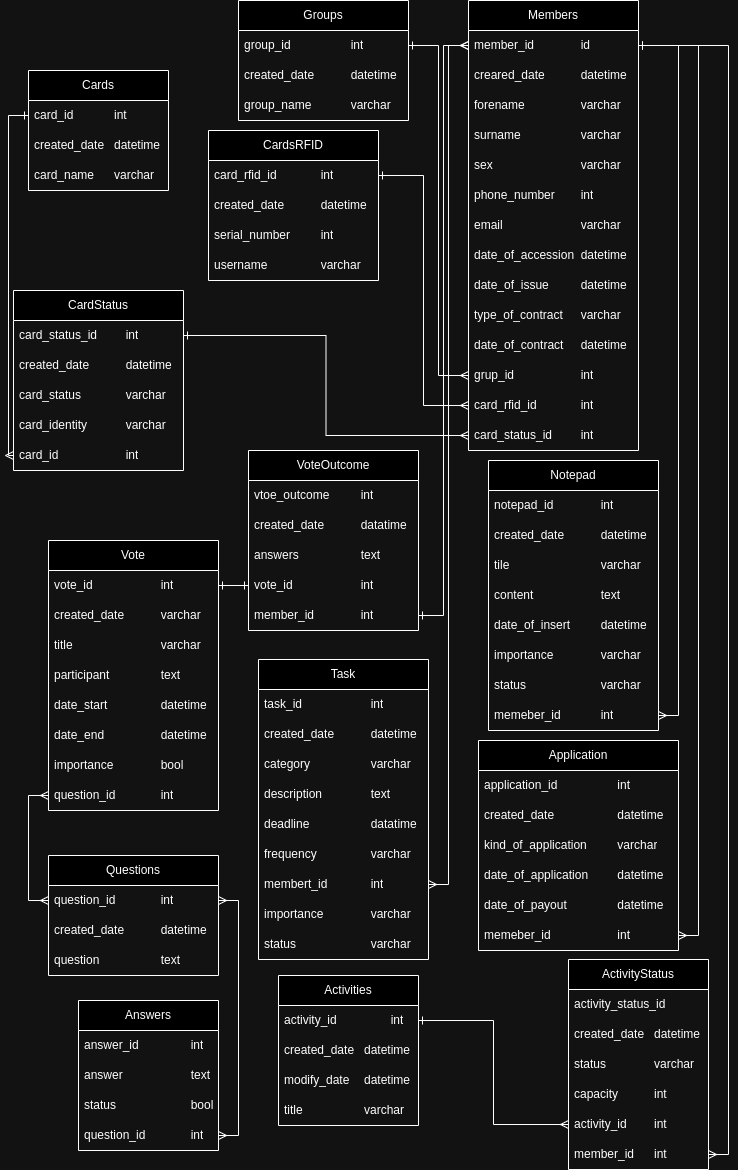
Earlier version of the draw.io export spec/TI_Management_Database_Schema.drawio.png (Mat3u52/TI_Management). Source tidied: cells renumbered, new cells last; positions are measured from the earlier drawing's top-left corner, leaving out a move shared by most shapes.
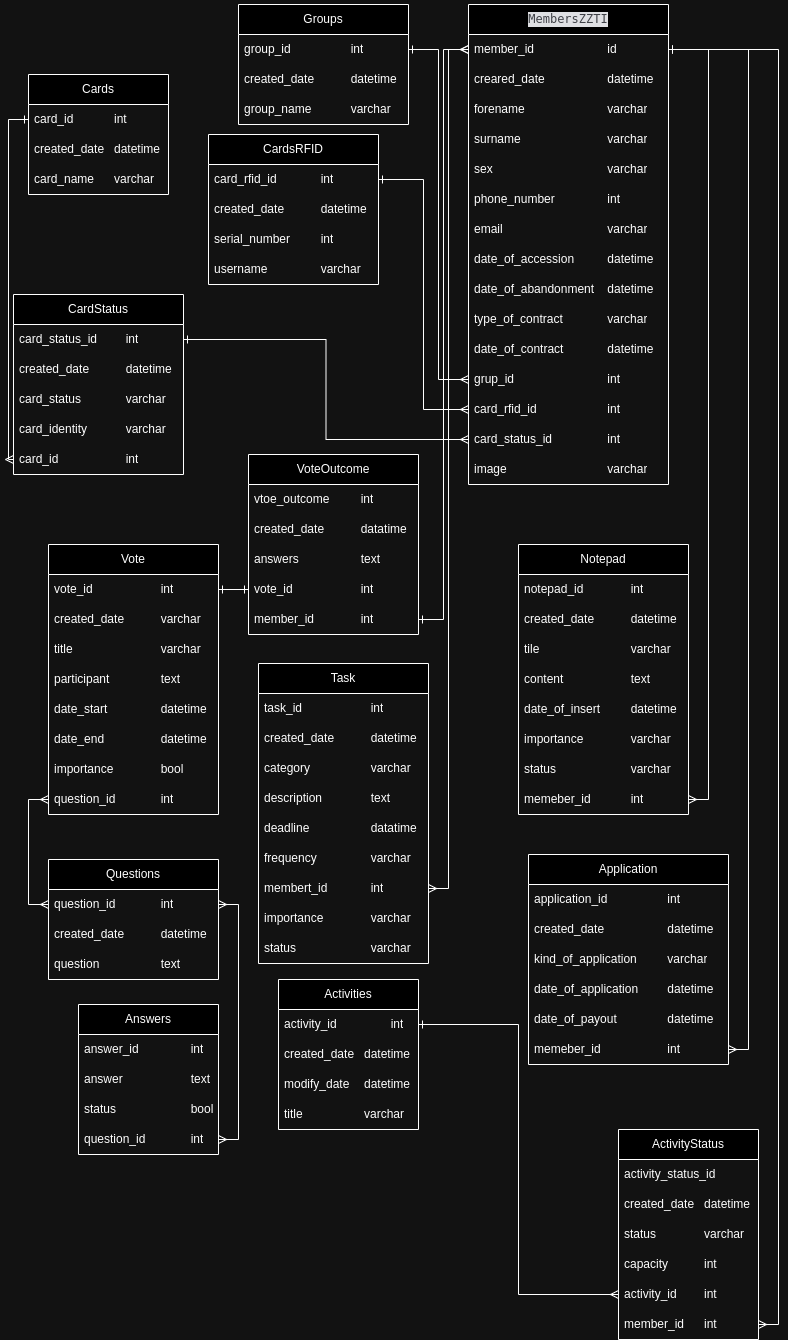
Later version of the same file.

What changed in the source:
```diff
@@ -47,51 +47,54 @@
     <mxCell id="16" style="edgeStyle=orthogonalEdgeStyle;rounded=0;jettySize=auto;html=1;entryX=0;entryY=0.5;entryDx=0;entryDy=0;endArrow=ERmany;endFill=0;startArrow=ERone;startFill=0;" parent="1" edge="1" source="7" target="15">
       <mxGeometry relative="1" as="geometry" />
     </mxCell>
-    <mxCell id="17" value="Members" style="swimlane;fontStyle=0;horizontal=1;startSize=30;whiteSpace=wrap;html=1;" parent="1" vertex="1">
-      <mxGeometry x="455" width="170" height="450" as="geometry" />
+    <mxCell id="17" value="&lt;div style=&quot;background-color:#1e1f22;color:#bcbec4&quot;&gt;&lt;pre style=&quot;font-family:'DejaVu Sans Mono',monospace;font-size:9.0pt;&quot;&gt;MembersZZTI&lt;/pre&gt;&lt;/div&gt;" style="swimlane;fontStyle=0;horizontal=1;startSize=30;whiteSpace=wrap;html=1;" parent="1" vertex="1">
+      <mxGeometry x="455" width="200" height="480" as="geometry" />
     </mxCell>
-    <mxCell id="18" value="member_id&lt;span style=&quot;white-space: pre;&quot;&gt;&#9;&lt;/span&gt;&lt;span style=&quot;white-space: pre;&quot;&gt;&#9;&lt;/span&gt;id" style="text;strokeColor=none;fillColor=none;align=left;verticalAlign=middle;spacingLeft=4;spacingRight=4;overflow=hidden;points=[[0,0.5],[1,0.5]];portConstraint=eastwest;whiteSpace=wrap;html=1;" parent="17" vertex="1">
-      <mxGeometry y="30" width="170" height="30" as="geometry" />
+    <mxCell id="18" value="member_id&lt;span style=&quot;white-space: pre;&quot;&gt;&#9;&lt;span style=&quot;white-space: pre;&quot;&gt;&#9;&lt;/span&gt;&lt;span style=&quot;white-space: pre;&quot;&gt;&#9;&lt;/span&gt;&lt;/span&gt;id" style="text;strokeColor=none;fillColor=none;align=left;verticalAlign=middle;spacingLeft=4;spacingRight=4;overflow=hidden;points=[[0,0.5],[1,0.5]];portConstraint=eastwest;whiteSpace=wrap;html=1;" parent="17" vertex="1">
+      <mxGeometry y="30" width="200" height="30" as="geometry" />
     </mxCell>
-    <mxCell id="19" value="creared_date&lt;span style=&quot;white-space: pre;&quot;&gt;&#9;&lt;/span&gt;&lt;span style=&quot;white-space: pre;&quot;&gt;&#9;&lt;/span&gt;datetime" style="text;strokeColor=none;fillColor=none;align=left;verticalAlign=middle;spacingLeft=4;spacingRight=4;overflow=hidden;whiteSpace=wrap;html=1;" parent="17" vertex="1">
-      <mxGeometry y="60" width="170" height="30" as="geometry" />
+    <mxCell id="19" value="creared_date&lt;span style=&quot;white-space: pre;&quot;&gt;&#9;&lt;/span&gt;&lt;span style=&quot;white-space: pre;&quot;&gt;&#9;&lt;span style=&quot;white-space: pre;&quot;&gt;&#9;&lt;/span&gt;&lt;/span&gt;datetime" style="text;strokeColor=none;fillColor=none;align=left;verticalAlign=middle;spacingLeft=4;spacingRight=4;overflow=hidden;whiteSpace=wrap;html=1;" parent="17" vertex="1">
+      <mxGeometry y="60" width="200" height="30" as="geometry" />
     </mxCell>
-    <mxCell id="20" value="forename&lt;span style=&quot;white-space: pre;&quot;&gt;&#9;&lt;/span&gt;&lt;span style=&quot;white-space: pre;&quot;&gt;&#9;&lt;/span&gt;&lt;span style=&quot;white-space: pre;&quot;&gt;&#9;&lt;/span&gt;varchar" style="text;strokeColor=none;fillColor=none;align=left;verticalAlign=middle;spacingLeft=4;spacingRight=4;overflow=hidden;whiteSpace=wrap;html=1;" parent="17" vertex="1">
-      <mxGeometry y="90" width="170" height="30" as="geometry" />
+    <mxCell id="20" value="forename&lt;span style=&quot;white-space: pre;&quot;&gt;&#9;&lt;/span&gt;&lt;span style=&quot;white-space: pre;&quot;&gt;&#9;&lt;/span&gt;&lt;span style=&quot;white-space: pre;&quot;&gt;&#9;&lt;span style=&quot;white-space: pre;&quot;&gt;&#9;&lt;/span&gt;&lt;/span&gt;varchar" style="text;strokeColor=none;fillColor=none;align=left;verticalAlign=middle;spacingLeft=4;spacingRight=4;overflow=hidden;whiteSpace=wrap;html=1;" parent="17" vertex="1">
+      <mxGeometry y="90" width="200" height="30" as="geometry" />
     </mxCell>
-    <mxCell id="21" value="surname&lt;span style=&quot;white-space: pre;&quot;&gt;&#9;&lt;/span&gt;&lt;span style=&quot;white-space: pre;&quot;&gt;&#9;&lt;/span&gt;&lt;span style=&quot;white-space: pre;&quot;&gt;&#9;&lt;/span&gt;varchar" style="text;strokeColor=none;fillColor=none;align=left;verticalAlign=middle;spacingLeft=4;spacingRight=4;overflow=hidden;whiteSpace=wrap;html=1;" parent="17" vertex="1">
-      <mxGeometry y="120" width="170" height="30" as="geometry" />
+    <mxCell id="21" value="surname&lt;span style=&quot;white-space: pre;&quot;&gt;&#9;&lt;/span&gt;&lt;span style=&quot;white-space: pre;&quot;&gt;&#9;&lt;/span&gt;&lt;span style=&quot;white-space: pre;&quot;&gt;&#9;&lt;span style=&quot;white-space: pre;&quot;&gt;&#9;&lt;/span&gt;&lt;/span&gt;varchar" style="text;strokeColor=none;fillColor=none;align=left;verticalAlign=middle;spacingLeft=4;spacingRight=4;overflow=hidden;whiteSpace=wrap;html=1;" parent="17" vertex="1">
+      <mxGeometry y="120" width="200" height="30" as="geometry" />
     </mxCell>
-    <mxCell id="22" value="sex&lt;span style=&quot;white-space: pre;&quot;&gt;&#9;&lt;/span&gt;&lt;span style=&quot;white-space: pre;&quot;&gt;&#9;&lt;/span&gt;&lt;span style=&quot;white-space: pre;&quot;&gt;&#9;&lt;/span&gt;&lt;span style=&quot;white-space: pre;&quot;&gt;&#9;&lt;/span&gt;varchar" style="text;strokeColor=none;fillColor=none;align=left;verticalAlign=middle;spacingLeft=4;spacingRight=4;overflow=hidden;whiteSpace=wrap;html=1;" parent="17" vertex="1">
-      <mxGeometry y="150" width="170" height="30" as="geometry" />
+    <mxCell id="22" value="sex&lt;span style=&quot;white-space: pre;&quot;&gt;&#9;&lt;/span&gt;&lt;span style=&quot;white-space: pre;&quot;&gt;&#9;&lt;/span&gt;&lt;span style=&quot;white-space: pre;&quot;&gt;&#9;&lt;/span&gt;&lt;span style=&quot;white-space: pre;&quot;&gt;&#9;&lt;span style=&quot;white-space: pre;&quot;&gt;&#9;&lt;/span&gt;&lt;/span&gt;varchar" style="text;strokeColor=none;fillColor=none;align=left;verticalAlign=middle;spacingLeft=4;spacingRight=4;overflow=hidden;whiteSpace=wrap;html=1;" parent="17" vertex="1">
+      <mxGeometry y="150" width="200" height="30" as="geometry" />
     </mxCell>
-    <mxCell id="23" value="phone_number&lt;span style=&quot;white-space: pre;&quot;&gt;&#9;&lt;/span&gt;int" style="text;strokeColor=none;fillColor=none;align=left;verticalAlign=middle;spacingLeft=4;spacingRight=4;overflow=hidden;whiteSpace=wrap;html=1;" parent="17" vertex="1">
-      <mxGeometry y="180" width="170" height="30" as="geometry" />
+    <mxCell id="23" value="phone_number&lt;span style=&quot;white-space: pre;&quot;&gt;&#9;&lt;span style=&quot;white-space: pre;&quot;&gt;&#9;&lt;/span&gt;&lt;/span&gt;int" style="text;strokeColor=none;fillColor=none;align=left;verticalAlign=middle;spacingLeft=4;spacingRight=4;overflow=hidden;whiteSpace=wrap;html=1;" parent="17" vertex="1">
+      <mxGeometry y="180" width="200" height="30" as="geometry" />
     </mxCell>
-    <mxCell id="24" value="email&lt;span style=&quot;white-space: pre;&quot;&gt;&#9;&lt;span style=&quot;white-space: pre;&quot;&gt;&#9;&lt;/span&gt;&lt;span style=&quot;white-space: pre;&quot;&gt;&#9;&lt;/span&gt;&lt;/span&gt;varchar" style="text;strokeColor=none;fillColor=none;align=left;verticalAlign=middle;spacingLeft=4;spacingRight=4;overflow=hidden;whiteSpace=wrap;html=1;" parent="17" vertex="1">
-      <mxGeometry y="210" width="170" height="30" as="geometry" />
+    <mxCell id="24" value="email&lt;span style=&quot;white-space: pre;&quot;&gt;&#9;&lt;span style=&quot;white-space: pre;&quot;&gt;&#9;&lt;/span&gt;&lt;span style=&quot;white-space: pre;&quot;&gt;&#9;&lt;span style=&quot;white-space: pre;&quot;&gt;&#9;&lt;/span&gt;&lt;/span&gt;&lt;/span&gt;varchar" style="text;strokeColor=none;fillColor=none;align=left;verticalAlign=middle;spacingLeft=4;spacingRight=4;overflow=hidden;whiteSpace=wrap;html=1;" parent="17" vertex="1">
+      <mxGeometry y="210" width="200" height="30" as="geometry" />
     </mxCell>
-    <mxCell id="25" value="date_of_accession&lt;span style=&quot;white-space: pre;&quot;&gt;&#9;&lt;/span&gt;datetime" style="text;strokeColor=none;fillColor=none;align=left;verticalAlign=middle;spacingLeft=4;spacingRight=4;overflow=hidden;whiteSpace=wrap;html=1;" parent="17" vertex="1">
-      <mxGeometry y="240" width="170" height="30" as="geometry" />
+    <mxCell id="25" value="date_of_accession&lt;span style=&quot;white-space: pre;&quot;&gt;&#9;&lt;span style=&quot;white-space: pre;&quot;&gt;&#9;&lt;/span&gt;&lt;/span&gt;datetime" style="text;strokeColor=none;fillColor=none;align=left;verticalAlign=middle;spacingLeft=4;spacingRight=4;overflow=hidden;whiteSpace=wrap;html=1;" parent="17" vertex="1">
+      <mxGeometry y="240" width="200" height="30" as="geometry" />
     </mxCell>
-    <mxCell id="26" value="date_of_issue&lt;span style=&quot;white-space: pre;&quot;&gt;&#9;&lt;/span&gt;&lt;span style=&quot;white-space: pre;&quot;&gt;&#9;&lt;/span&gt;datetime" style="text;strokeColor=none;fillColor=none;align=left;verticalAlign=middle;spacingLeft=4;spacingRight=4;overflow=hidden;whiteSpace=wrap;html=1;" parent="17" vertex="1">
-      <mxGeometry y="270" width="170" height="30" as="geometry" />
+    <mxCell id="26" value="date_of_abandonment&lt;span style=&quot;white-space: pre;&quot;&gt;&#9;&lt;/span&gt;datetime" style="text;strokeColor=none;fillColor=none;align=left;verticalAlign=middle;spacingLeft=4;spacingRight=4;overflow=hidden;whiteSpace=wrap;html=1;" parent="17" vertex="1">
+      <mxGeometry y="270" width="200" height="30" as="geometry" />
     </mxCell>
-    <mxCell id="27" value="type_of_contract&lt;span style=&quot;white-space: pre;&quot;&gt;&#9;&lt;/span&gt;varchar" style="text;strokeColor=none;fillColor=none;align=left;verticalAlign=middle;spacingLeft=4;spacingRight=4;overflow=hidden;whiteSpace=wrap;html=1;" parent="17" vertex="1">
-      <mxGeometry y="300" width="170" height="30" as="geometry" />
+    <mxCell id="27" value="type_of_contract&lt;span style=&quot;white-space: pre;&quot;&gt;&#9;&lt;span style=&quot;white-space: pre;&quot;&gt;&#9;&lt;/span&gt;&lt;/span&gt;varchar" style="text;strokeColor=none;fillColor=none;align=left;verticalAlign=middle;spacingLeft=4;spacingRight=4;overflow=hidden;whiteSpace=wrap;html=1;" parent="17" vertex="1">
+      <mxGeometry y="300" width="200" height="30" as="geometry" />
     </mxCell>
-    <mxCell id="28" value="date_of_contract&lt;span style=&quot;white-space: pre;&quot;&gt;&#9;&lt;/span&gt;datetime" style="text;strokeColor=none;fillColor=none;align=left;verticalAlign=middle;spacingLeft=4;spacingRight=4;overflow=hidden;whiteSpace=wrap;html=1;" parent="17" vertex="1">
-      <mxGeometry y="330" width="170" height="30" as="geometry" />
+    <mxCell id="28" value="date_of_contract&lt;span style=&quot;white-space: pre;&quot;&gt;&#9;&lt;span style=&quot;white-space: pre;&quot;&gt;&#9;&lt;/span&gt;&lt;/span&gt;datetime" style="text;strokeColor=none;fillColor=none;align=left;verticalAlign=middle;spacingLeft=4;spacingRight=4;overflow=hidden;whiteSpace=wrap;html=1;" parent="17" vertex="1">
+      <mxGeometry y="330" width="200" height="30" as="geometry" />
     </mxCell>
-    <mxCell id="29" value="grup_id&lt;span style=&quot;white-space: pre;&quot;&gt;&#9;&lt;/span&gt;&lt;span style=&quot;white-space: pre;&quot;&gt;&#9;&lt;/span&gt;&lt;span style=&quot;white-space: pre;&quot;&gt;&#9;&lt;/span&gt;int" style="text;strokeColor=none;fillColor=none;align=left;verticalAlign=middle;spacingLeft=4;spacingRight=4;overflow=hidden;points=[[0,0.5],[1,0.5]];portConstraint=eastwest;whiteSpace=wrap;html=1;" parent="17" vertex="1">
-      <mxGeometry y="360" width="170" height="30" as="geometry" />
+    <mxCell id="29" value="grup_id&lt;span style=&quot;white-space: pre;&quot;&gt;&#9;&lt;/span&gt;&lt;span style=&quot;white-space: pre;&quot;&gt;&#9;&lt;/span&gt;&lt;span style=&quot;white-space: pre;&quot;&gt;&#9;&lt;span style=&quot;white-space: pre;&quot;&gt;&#9;&lt;/span&gt;&lt;/span&gt;int" style="text;strokeColor=none;fillColor=none;align=left;verticalAlign=middle;spacingLeft=4;spacingRight=4;overflow=hidden;points=[[0,0.5],[1,0.5]];portConstraint=eastwest;whiteSpace=wrap;html=1;" parent="17" vertex="1">
+      <mxGeometry y="360" width="200" height="30" as="geometry" />
     </mxCell>
-    <mxCell id="30" value="card_rfid_id&lt;span style=&quot;white-space: pre;&quot;&gt;&#9;&lt;/span&gt;&lt;span style=&quot;white-space: pre;&quot;&gt;&#9;&lt;/span&gt;int" style="text;strokeColor=none;fillColor=none;align=left;verticalAlign=middle;spacingLeft=4;spacingRight=4;overflow=hidden;points=[[0,0.5],[1,0.5]];portConstraint=eastwest;whiteSpace=wrap;html=1;" parent="17" vertex="1">
-      <mxGeometry y="390" width="170" height="30" as="geometry" />
+    <mxCell id="30" value="card_rfid_id&lt;span style=&quot;white-space: pre;&quot;&gt;&#9;&lt;/span&gt;&lt;span style=&quot;white-space: pre;&quot;&gt;&#9;&lt;span style=&quot;white-space: pre;&quot;&gt;&#9;&lt;/span&gt;&lt;/span&gt;int" style="text;strokeColor=none;fillColor=none;align=left;verticalAlign=middle;spacingLeft=4;spacingRight=4;overflow=hidden;points=[[0,0.5],[1,0.5]];portConstraint=eastwest;whiteSpace=wrap;html=1;" parent="17" vertex="1">
+      <mxGeometry y="390" width="200" height="30" as="geometry" />
     </mxCell>
-    <mxCell id="31" value="card_status_id&lt;span style=&quot;white-space: pre;&quot;&gt;&#9;&lt;/span&gt;&lt;span style=&quot;white-space: pre;&quot;&gt;&#9;&lt;/span&gt;int" style="text;strokeColor=none;fillColor=none;align=left;verticalAlign=middle;spacingLeft=4;spacingRight=4;overflow=hidden;points=[[0,0.5],[1,0.5]];portConstraint=eastwest;whiteSpace=wrap;html=1;" parent="17" vertex="1">
-      <mxGeometry y="420" width="170" height="30" as="geometry" />
+    <mxCell id="31" value="card_status_id&lt;span style=&quot;white-space: pre;&quot;&gt;&#9;&lt;/span&gt;&lt;span style=&quot;white-space: pre;&quot;&gt;&#9;&lt;span style=&quot;white-space: pre;&quot;&gt;&#9;&lt;/span&gt;&lt;/span&gt;int" style="text;strokeColor=none;fillColor=none;align=left;verticalAlign=middle;spacingLeft=4;spacingRight=4;overflow=hidden;points=[[0,0.5],[1,0.5]];portConstraint=eastwest;whiteSpace=wrap;html=1;" parent="17" vertex="1">
+      <mxGeometry y="420" width="200" height="30" as="geometry" />
     </mxCell>
+    <mxCell id="111" value="image&lt;span style=&quot;white-space: pre;&quot;&gt;&#9;&lt;/span&gt;&lt;span style=&quot;white-space: pre;&quot;&gt;&#9;&lt;/span&gt;&lt;span style=&quot;white-space: pre;&quot;&gt;&#9;&lt;span style=&quot;white-space: pre;&quot;&gt;&#9;&lt;/span&gt;v&lt;/span&gt;archar" style="text;strokeColor=none;fillColor=none;align=left;verticalAlign=middle;spacingLeft=4;spacingRight=4;overflow=hidden;whiteSpace=wrap;html=1;" parent="17" vertex="1">
+      <mxGeometry y="450" width="200" height="30" as="geometry" />
+    </mxCell>
     <mxCell id="32" style="edgeStyle=orthogonalEdgeStyle;rounded=0;jettySize=auto;html=1;exitX=1;exitY=0.5;exitDx=0;exitDy=0;entryX=0;entryY=0.5;entryDx=0;entryDy=0;endArrow=ERmany;endFill=0;startArrow=ERone;startFill=0;" parent="1" edge="1" source="3" target="29">
       <mxGeometry relative="1" as="geometry" />
     </mxCell>
@@ -117,7 +120,7 @@
       <mxGeometry relative="1" as="geometry" />
     </mxCell>
     <mxCell id="40" value="Notepad" style="swimlane;fontStyle=0;horizontal=1;startSize=30;whiteSpace=wrap;html=1;" parent="1" vertex="1">
-      <mxGeometry x="475" y="460" width="170" height="270" as="geometry" />
+      <mxGeometry x="505" y="540" width="170" height="270" as="geometry" />
     </mxCell>
     <mxCell id="41" value="notepad_id&lt;span style=&quot;white-space: pre;&quot;&gt;&#9;&lt;/span&gt;&lt;span style=&quot;white-space: pre;&quot;&gt;&#9;&lt;/span&gt;int" style="text;strokeColor=none;fillColor=none;align=left;verticalAlign=middle;spacingLeft=4;spacingRight=4;overflow=hidden;whiteSpace=wrap;html=1;" parent="40" vertex="1">
       <mxGeometry y="30" width="170" height="30" as="geometry" />
@@ -147,7 +150,7 @@
       <mxGeometry relative="1" as="geometry" />
     </mxCell>
     <mxCell id="50" value="Application" style="swimlane;fontStyle=0;horizontal=1;startSize=30;whiteSpace=wrap;html=1;" parent="1" vertex="1">
-      <mxGeometry x="465" y="740" width="200" height="210" as="geometry" />
+      <mxGeometry x="515" y="850" width="200" height="210" as="geometry" />
     </mxCell>
     <mxCell id="51" value="application_id&lt;span style=&quot;white-space: pre;&quot;&gt;&#9;&lt;span style=&quot;white-space: pre;&quot;&gt;&#9;&lt;/span&gt;&lt;/span&gt;&lt;span style=&quot;white-space: pre;&quot;&gt;&#9;&lt;/span&gt;int" style="text;strokeColor=none;fillColor=none;align=left;verticalAlign=middle;spacingLeft=4;spacingRight=4;overflow=hidden;whiteSpace=wrap;html=1;" parent="50" vertex="1">
       <mxGeometry y="30" width="200" height="30" as="geometry" />
@@ -219,7 +222,7 @@
       <mxGeometry y="120" width="140" height="30" as="geometry" />
     </mxCell>
     <mxCell id="74" value="ActivityStatus" style="swimlane;fontStyle=0;horizontal=1;startSize=30;whiteSpace=wrap;html=1;" parent="1" vertex="1">
-      <mxGeometry x="555" y="959" width="140" height="210" as="geometry" />
+      <mxGeometry x="605" y="1125" width="140" height="210" as="geometry" />
     </mxCell>
     <mxCell id="75" value="activity_status_id&lt;span style=&quot;white-space: pre;&quot;&gt;&#9;&lt;/span&gt;&lt;span style=&quot;white-space: pre;&quot;&gt;&#9;&lt;/span&gt;int" style="text;strokeColor=none;fillColor=none;align=left;verticalAlign=middle;spacingLeft=4;spacingRight=4;overflow=hidden;whiteSpace=wrap;html=1;" parent="74" vertex="1">
       <mxGeometry y="30" width="140" height="30" as="geometry" />
```
